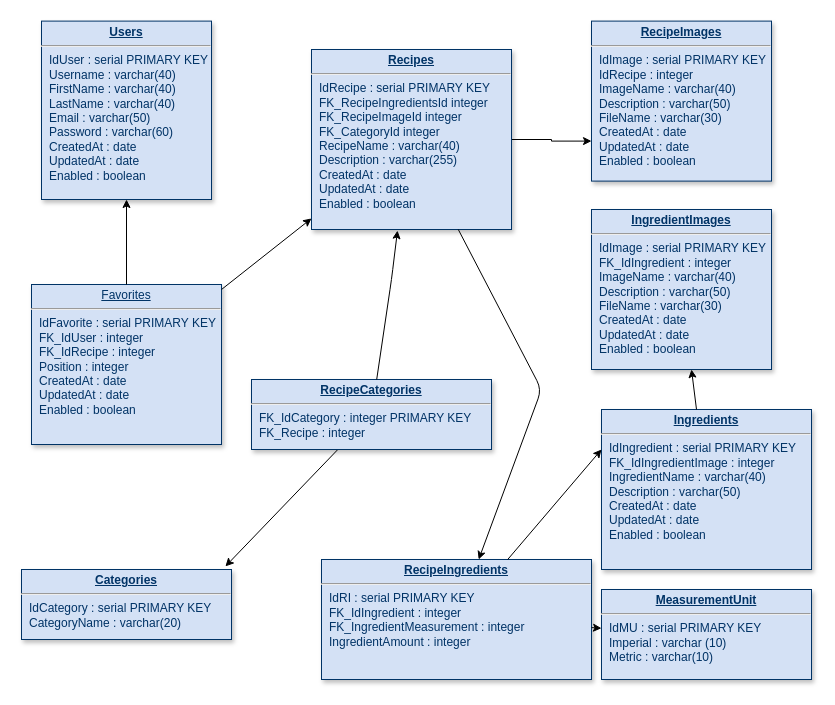
paraguin271828/react-cookbook keeps this draw.io diagram as Database.drawio. Above is the earlier version. Source tidied: cells renumbered, new cells numbered last; positions are measured from the earlier drawing's top-left corner, leaving out a move shared by most shapes. Both pictures are drawn from the tidied source at 100%, with x=0, y=0 at pixel (21, 21).
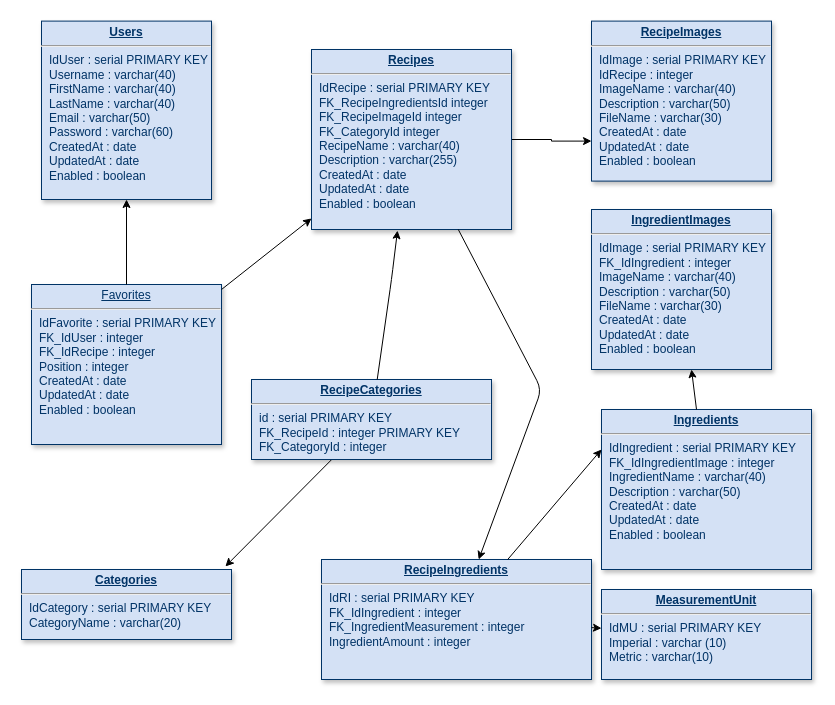
The same diagram, later.

Change to the diagram source:
```diff
@@
-    <mxCell id="19" value="&lt;p style=&quot;margin: 0px ; margin-top: 4px ; text-align: center ; text-decoration: underline&quot;&gt;&lt;strong&gt;RecipeCategories&lt;/strong&gt;&lt;/p&gt;&lt;hr&gt;&lt;p style=&quot;margin: 0px ; margin-left: 8px&quot;&gt;FK_IdCategory : integer PRIMARY KEY&lt;/p&gt;&lt;p style=&quot;margin: 0px ; margin-left: 8px&quot;&gt;FK_Recipe : integer&lt;/p&gt;" style="verticalAlign=top;align=left;overflow=fill;fontSize=12;fontFamily=Helvetica;html=1;strokeColor=#003366;shadow=1;fillColor=#D4E1F5;fontColor=#003366;" parent="1" vertex="1">
-      <mxGeometry x="230" y="358" width="240" height="70" as="geometry" />
+    <mxCell id="19" value="&lt;p style=&quot;margin: 0px ; margin-top: 4px ; text-align: center ; text-decoration: underline&quot;&gt;&lt;strong&gt;RecipeCategories&lt;/strong&gt;&lt;/p&gt;&lt;hr&gt;&lt;p style=&quot;margin: 0px ; margin-left: 8px&quot;&gt;id : serial PRIMARY KEY&lt;/p&gt;&lt;p style=&quot;margin: 0px ; margin-left: 8px&quot;&gt;FK_RecipeId : integer PRIMARY KEY&lt;/p&gt;&lt;p style=&quot;margin: 0px ; margin-left: 8px&quot;&gt;FK_CategoryId : integer&lt;br&gt;&lt;/p&gt;&lt;p style=&quot;margin: 0px ; margin-left: 8px&quot;&gt;&lt;br&gt;&lt;/p&gt;" style="verticalAlign=top;align=left;overflow=fill;fontSize=12;fontFamily=Helvetica;html=1;strokeColor=#003366;shadow=1;fillColor=#D4E1F5;fontColor=#003366;" parent="1" vertex="1">
+      <mxGeometry x="230" y="358" width="240" height="80" as="geometry" />
     </mxCell>
```
